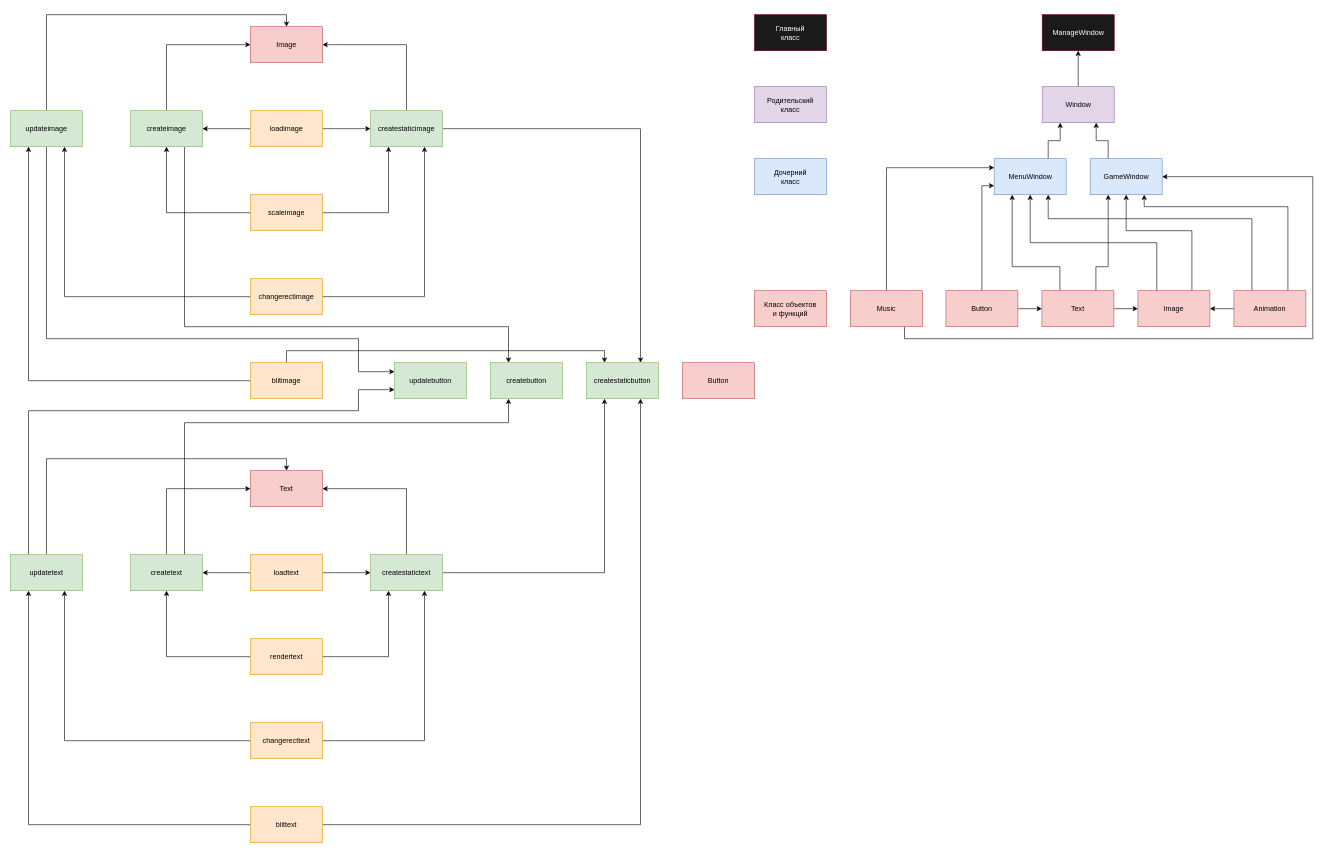
Above: MyDiagram.drawio in PrettyPlayer/NonameProject (draw.io), before the change. Source tidied: cells renumbered, new cells numbered last; positions are measured from the earlier drawing's top-left corner, leaving out a move shared by most shapes. Both pictures are drawn from the tidied source at 60%, with x=0, y=0 at pixel (10, 14).
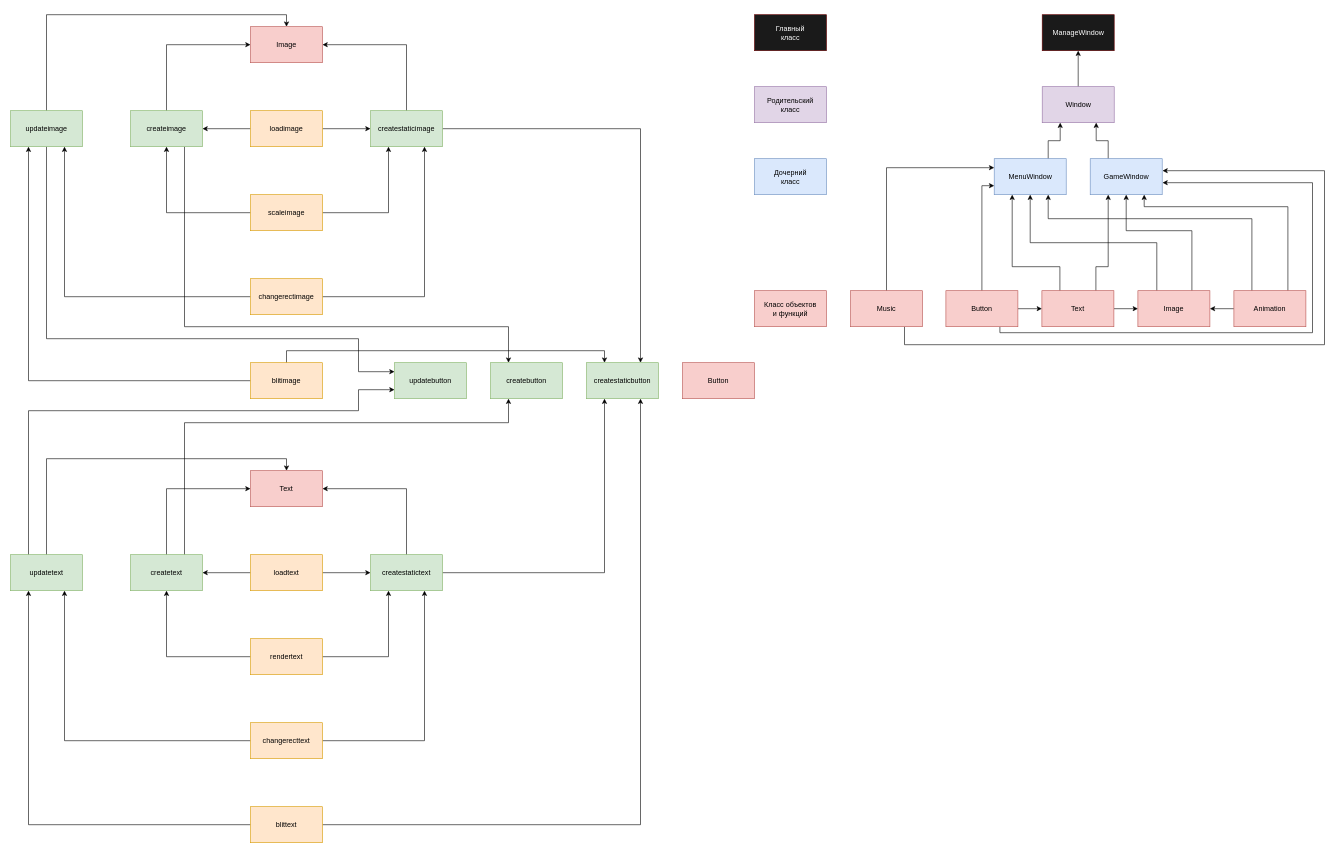
The same page after the edit.

The change refers to these unchanged cells:
```xml
<mxCell id="56" value="GameWindow" style="rounded=0;whiteSpace=wrap;html=1;fillColor=#dae8fc;strokeColor=#6c8ebf;" parent="1" vertex="1">
  <mxGeometry x="1799.5" y="240" width="120" height="60" as="geometry" />
</mxCell>
<mxCell id="70" value="Music" style="rounded=0;whiteSpace=wrap;html=1;fillColor=#f8cecc;strokeColor=#b85450;" parent="1" vertex="1">
  <mxGeometry x="1400" y="460" width="120" height="60" as="geometry" />
</mxCell>
<mxCell id="73" value="Button" style="rounded=0;whiteSpace=wrap;html=1;fillColor=#f8cecc;strokeColor=#b85450;" parent="1" vertex="1">
  <mxGeometry x="1559" y="460" width="120" height="60" as="geometry" />
</mxCell>
```

Diff of the diagram source:
```diff
@@
-    <mxCell id="69" style="edgeStyle=orthogonalEdgeStyle;rounded=0;jettySize=auto;html=1;exitX=0.75;exitY=1;exitDx=0;exitDy=0;entryX=1;entryY=0.5;entryDx=0;entryDy=0;" parent="1" edge="1" source="70" target="56">
+    <mxCell id="69" style="edgeStyle=orthogonalEdgeStyle;rounded=0;jettySize=auto;html=1;exitX=0.75;exitY=1;exitDx=0;exitDy=0;" parent="1" edge="1" source="70">
       <mxGeometry relative="1" as="geometry">
+        <mxPoint x="1920" y="260" as="targetPoint" />
         <Array as="points">
-          <mxPoint x="1489.5" y="540" />
-          <mxPoint x="2170.5" y="540" />
-          <mxPoint x="2170.5" y="270" />
+          <mxPoint x="1490" y="550" />
+          <mxPoint x="2190" y="550" />
+          <mxPoint x="2190" y="260" />
+          <mxPoint x="1920" y="260" />
         </Array>
       </mxGeometry>
     </mxCell>
@@
+    <mxCell id="78" style="edgeStyle=orthogonalEdgeStyle;rounded=0;jettySize=auto;html=1;exitX=0.75;exitY=1;exitDx=0;exitDy=0;" parent="1" edge="1" source="73">
+      <mxGeometry relative="1" as="geometry">
+        <mxPoint x="1920" y="280" as="targetPoint" />
+        <Array as="points">
+          <mxPoint x="1649" y="530" />
+          <mxPoint x="2170" y="530" />
+          <mxPoint x="2170" y="280" />
+          <mxPoint x="1920" y="280" />
+        </Array>
+      </mxGeometry>
+    </mxCell>
```
